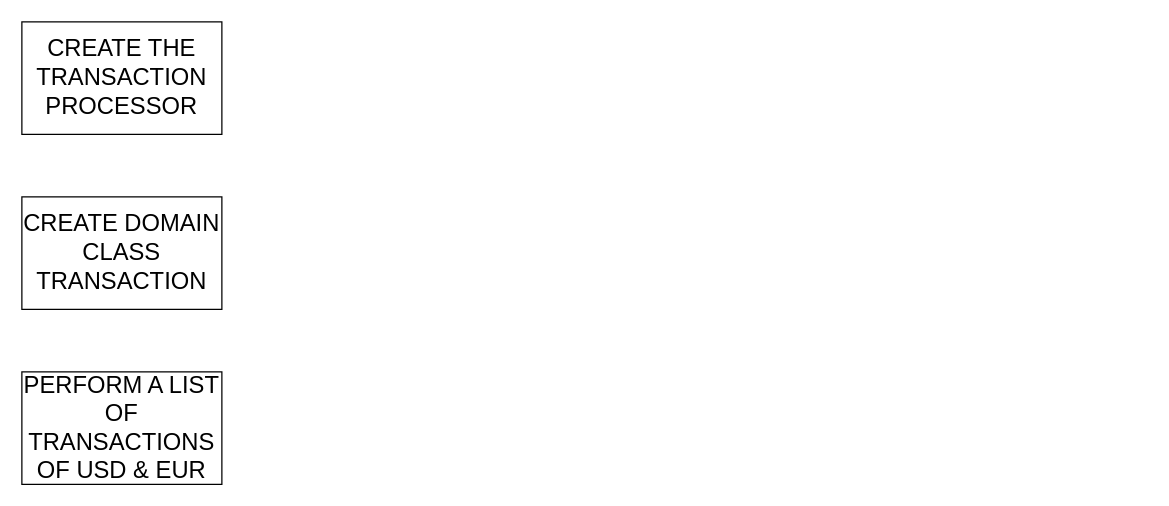
Before: page "Demo" (3 of 3) of Diagrams/New Features Java.drawio in THRGLO02MAY2025GIT-HUB/THRGLO02MAY2025GIT-REPO, a draw.io diagram. Source tidied: cells renumbered, new cells numbered last; positions are measured from the earlier drawing's top-left corner, leaving out a move shared by most shapes. Both pictures are drawn from the tidied source at 125%, with x=0, y=0 at pixel (21, 21).
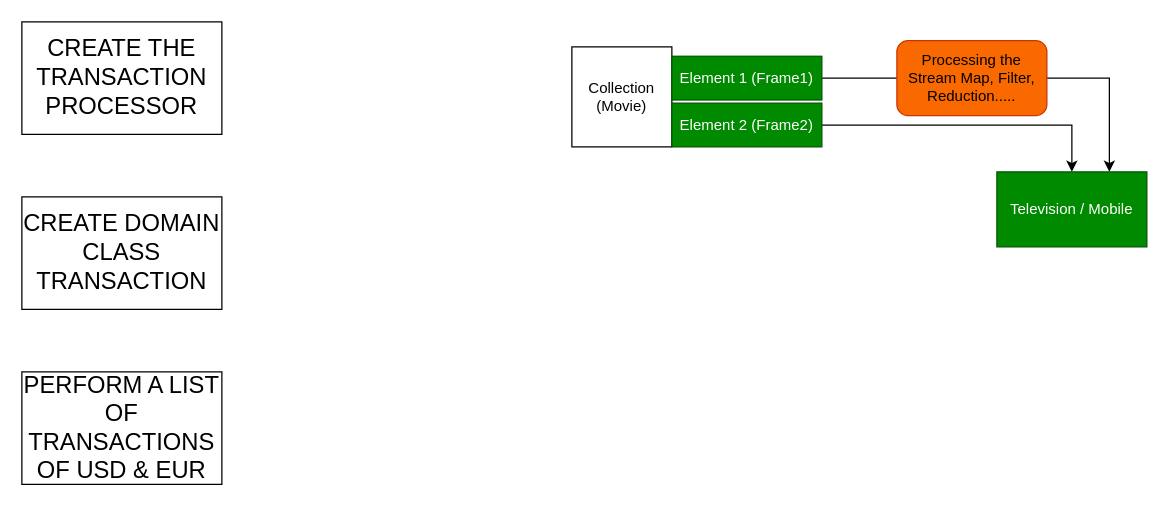
The same page after the edit.

Diff of the diagram source:
```diff
@@
 <mxGraphModel>
   <root>
     <mxCell id="0" />
     <mxCell id="1" parent="0" />
     <mxCell id="2" value="CREATE THE TRANSACTION PROCESSOR" style="rounded=0;whiteSpace=wrap;html=1;fontSize=19;" parent="1" vertex="1">
       <mxGeometry width="160" height="90" as="geometry" />
     </mxCell>
     <mxCell id="3" value="CREATE DOMAIN CLASS TRANSACTION" style="rounded=0;whiteSpace=wrap;html=1;fontSize=19;" parent="1" vertex="1">
       <mxGeometry y="140" width="160" height="90" as="geometry" />
     </mxCell>
     <mxCell id="4" value="PERFORM A LIST OF TRANSACTIONS OF USD &amp;amp; EUR" style="rounded=0;whiteSpace=wrap;html=1;fontSize=19;" parent="1" vertex="1">
       <mxGeometry y="280" width="160" height="90" as="geometry" />
     </mxCell>
+    <mxCell id="5" value="Collection (Movie)" style="whiteSpace=wrap;html=1;" parent="1" vertex="1">
+      <mxGeometry x="440" y="20" width="80" height="80" as="geometry" />
+    </mxCell>
+    <mxCell id="6" style="edgeStyle=orthogonalEdgeStyle;rounded=0;jettySize=auto;html=1;entryX=0.75;entryY=0;entryDx=0;entryDy=0;" parent="1" edge="1" source="7" target="10">
+      <mxGeometry relative="1" as="geometry" />
+    </mxCell>
+    <mxCell id="7" value="Element 1 (Frame1)" style="rounded=0;whiteSpace=wrap;html=1;fillColor=#008a00;fontColor=#ffffff;strokeColor=#005700;" parent="1" vertex="1">
+      <mxGeometry x="520" y="27.5" width="120" height="35" as="geometry" />
+    </mxCell>
+    <mxCell id="8" style="edgeStyle=orthogonalEdgeStyle;rounded=0;jettySize=auto;html=1;entryX=0.5;entryY=0;entryDx=0;entryDy=0;" parent="1" edge="1" source="9" target="10">
+      <mxGeometry relative="1" as="geometry" />
+    </mxCell>
+    <mxCell id="9" value="Element 2 (Frame2)" style="rounded=0;whiteSpace=wrap;html=1;fillColor=#008a00;fontColor=#ffffff;strokeColor=#005700;" parent="1" vertex="1">
+      <mxGeometry x="520" y="65" width="120" height="35" as="geometry" />
+    </mxCell>
+    <mxCell id="10" value="Television / Mobile" style="rounded=0;whiteSpace=wrap;html=1;fillColor=#008a00;fontColor=#ffffff;strokeColor=#005700;" parent="1" vertex="1">
+      <mxGeometry x="780" y="120" width="120" height="60" as="geometry" />
+    </mxCell>
+    <mxCell id="11" value="Processing the Stream Map, Filter, Reduction....." style="rounded=1;whiteSpace=wrap;html=1;fillColor=#fa6800;fontColor=#000000;strokeColor=#C73500;" parent="1" vertex="1">
+      <mxGeometry x="700" y="15" width="120" height="60" as="geometry" />
+    </mxCell>
   </root>
 </mxGraphModel>
```
